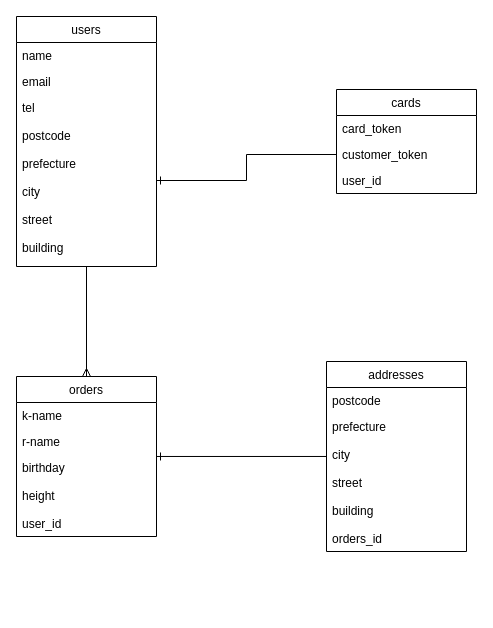
This is test.dio from nishikori0120/for_your_special, a draw.io file, before an edit. Source tidied: cells renumbered, new cells numbered last; positions are measured from the earlier drawing's top-left corner, leaving out a move shared by most shapes. Both pictures are drawn from the tidied source at 100%, with x=0, y=0 at pixel (16, 16).
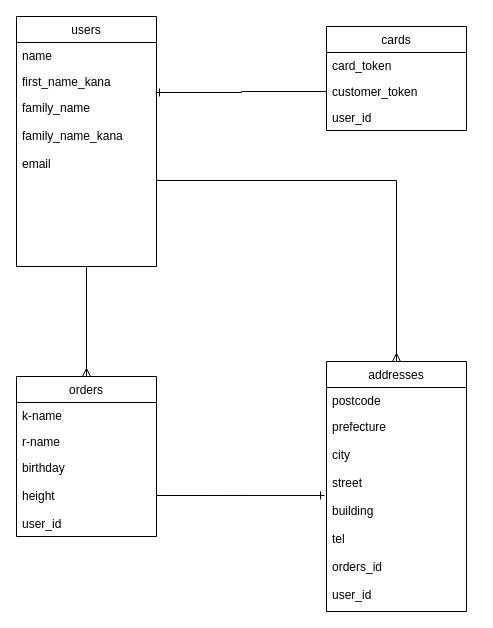
The same diagram, later.

Unchanged cells that the change refers to:
```xml
<mxCell id="3" value="users" style="swimlane;fontStyle=0;horizontal=1;startSize=26;fillColor=none;" parent="1" vertex="1">
  <mxGeometry width="140" height="250" as="geometry" />
</mxCell>
<mxCell id="10" value="birthday&#10;&#10;height&#10;&#10;user_id" style="text;strokeColor=none;fillColor=none;align=left;verticalAlign=top;spacingLeft=4;spacingRight=4;overflow=hidden;points=[[0,0.5],[1,0.5]];portConstraint=eastwest;" parent="7" vertex="1">
  <mxGeometry y="78" width="140" height="82" as="geometry" />
</mxCell>
<mxCell id="13" value="customer_token" style="text;strokeColor=none;fillColor=none;align=left;verticalAlign=top;spacingLeft=4;spacingRight=4;overflow=hidden;points=[[0,0.5],[1,0.5]];portConstraint=eastwest;" parent="11" vertex="1">
  <mxGeometry y="52" width="140" height="26" as="geometry" />
</mxCell>
```

Diff of the diagram source:
```diff
@@
-    <mxCell id="5" value="email" style="text;strokeColor=none;fillColor=none;align=left;verticalAlign=top;spacingLeft=4;spacingRight=4;overflow=hidden;points=[[0,0.5],[1,0.5]];portConstraint=eastwest;" parent="3" vertex="1">
+    <mxCell id="5" value="first_name_kana" style="text;strokeColor=none;fillColor=none;align=left;verticalAlign=top;spacingLeft=4;spacingRight=4;overflow=hidden;points=[[0,0.5],[1,0.5]];portConstraint=eastwest;" parent="3" vertex="1">
       <mxGeometry y="52" width="140" height="26" as="geometry" />
     </mxCell>
-    <mxCell id="6" value="tel&#10;&#10;postcode&#10;&#10;prefecture&#10;&#10;city&#10;&#10;street&#10;&#10;building&#10;&#10;" style="text;strokeColor=none;fillColor=none;align=left;verticalAlign=top;spacingLeft=4;spacingRight=4;overflow=hidden;points=[[0,0.5],[1,0.5]];portConstraint=eastwest;" parent="3" vertex="1">
+    <mxCell id="6" value="family_name&#10;&#10;family_name_kana&#10;&#10;email&#10;&#10;" style="text;strokeColor=none;fillColor=none;align=left;verticalAlign=top;spacingLeft=4;spacingRight=4;overflow=hidden;points=[[0,0.5],[1,0.5]];portConstraint=eastwest;" parent="3" vertex="1">
       <mxGeometry y="78" width="140" height="172" as="geometry" />
     </mxCell>
@@
     <mxCell id="11" value="cards" style="swimlane;fontStyle=0;horizontal=1;startSize=26;fillColor=none;" parent="1" vertex="1">
-      <mxGeometry x="320" y="73" width="140" height="104" as="geometry" />
+      <mxGeometry x="310" y="10" width="140" height="104" as="geometry" />
     </mxCell>
@@
-    <mxCell id="15" style="edgeStyle=orthogonalEdgeStyle;rounded=0;jettySize=auto;html=1;endArrow=ERone;endFill=0;entryX=1;entryY=0.024;entryDx=0;entryDy=0;entryPerimeter=0;" parent="1" edge="1" source="16" target="10">
-      <mxGeometry relative="1" as="geometry" />
-    </mxCell>
     <mxCell id="16" value="addresses" style="swimlane;fontStyle=0;horizontal=1;startSize=26;fillColor=none;" parent="1" vertex="1">
-      <mxGeometry x="310" y="345" width="140" height="190" as="geometry" />
+      <mxGeometry x="310" y="345" width="140" height="250" as="geometry" />
     </mxCell>
@@
-    <mxCell id="18" value="prefecture&#10;&#10;city&#10;&#10;street&#10;&#10;building&#10;&#10;orders_id" style="text;strokeColor=none;fillColor=none;align=left;verticalAlign=top;spacingLeft=4;spacingRight=4;overflow=hidden;points=[[0,0.5],[1,0.5]];portConstraint=eastwest;" parent="16" vertex="1">
-      <mxGeometry y="52" width="140" height="138" as="geometry" />
+    <mxCell id="18" value="prefecture&#10;&#10;city&#10;&#10;street&#10;&#10;building&#10;&#10;tel&#10;&#10;orders_id&#10;&#10;user_id&#10;" style="text;strokeColor=none;fillColor=none;align=left;verticalAlign=top;spacingLeft=4;spacingRight=4;overflow=hidden;points=[[0,0.5],[1,0.5]];portConstraint=eastwest;" parent="16" vertex="1">
+      <mxGeometry y="52" width="140" height="198" as="geometry" />
     </mxCell>
-    <mxCell id="19" style="edgeStyle=orthogonalEdgeStyle;rounded=0;jettySize=auto;html=1;exitX=0;exitY=0.5;exitDx=0;exitDy=0;endArrow=ERone;endFill=0;entryX=1;entryY=0.5;entryDx=0;entryDy=0;" parent="1" edge="1" source="13" target="6">
+    <mxCell id="19" style="edgeStyle=orthogonalEdgeStyle;rounded=0;jettySize=auto;html=1;exitX=0;exitY=0.5;exitDx=0;exitDy=0;endArrow=ERone;endFill=0;entryX=0.993;entryY=0.923;entryDx=0;entryDy=0;entryPerimeter=0;" parent="1" edge="1" source="13" target="5">
       <mxGeometry relative="1" as="geometry" />
     </mxCell>
+    <mxCell id="20" style="edgeStyle=orthogonalEdgeStyle;rounded=0;jettySize=auto;html=1;exitX=1;exitY=0.5;exitDx=0;exitDy=0;entryX=0.5;entryY=0;entryDx=0;entryDy=0;endArrow=ERmany;endFill=0;" parent="1" edge="1" source="6" target="16">
+      <mxGeometry relative="1" as="geometry" />
+    </mxCell>
+    <mxCell id="21" style="edgeStyle=orthogonalEdgeStyle;rounded=0;jettySize=auto;html=1;exitX=1;exitY=0.5;exitDx=0;exitDy=0;endArrow=ERone;endFill=0;entryX=-0.014;entryY=0.414;entryDx=0;entryDy=0;entryPerimeter=0;" parent="1" edge="1" source="10" target="18">
+      <mxGeometry relative="1" as="geometry" />
+    </mxCell>
```
